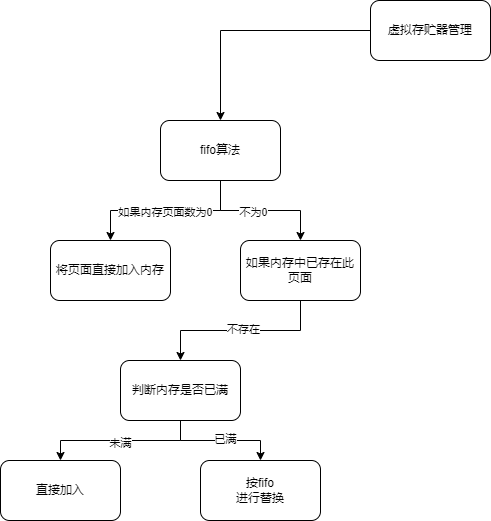
Nessential/draw.io keeps this draw.io diagram as draw.io/虚拟存储器.png. Above is the earlier version. Source tidied: cells renumbered, new cells last; positions are measured from the earlier drawing's top-left corner, leaving out a move shared by most shapes.
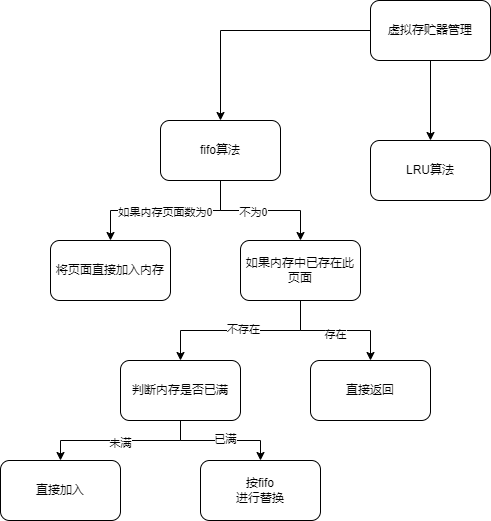
After the commit.

Commit message:
更新虚拟存储器.png

Change to the diagram source:
```diff
@@ -5,6 +5,9 @@
     <mxCell id="2" style="edgeStyle=orthogonalEdgeStyle;rounded=0;jettySize=auto;html=1;" parent="1" edge="1" source="3" target="8">
       <mxGeometry relative="1" as="geometry" />
     </mxCell>
+    <mxCell id="20" style="edgeStyle=orthogonalEdgeStyle;rounded=0;jettySize=auto;html=1;" parent="1" edge="1" source="3" target="23">
+      <mxGeometry relative="1" as="geometry" />
+    </mxCell>
     <mxCell id="3" value="虚拟存贮器管理" style="rounded=1;whiteSpace=wrap;html=1;" parent="1" vertex="1">
       <mxGeometry x="370" width="120" height="60" as="geometry" />
     </mxCell>
@@ -32,6 +35,12 @@
     <mxCell id="11" value="不存在" style="edgeLabel;html=1;align=center;verticalAlign=middle;" parent="10" vertex="1">
       <mxGeometry x="-0.02" y="-2" relative="1" as="geometry" />
     </mxCell>
+    <mxCell id="21" style="edgeStyle=orthogonalEdgeStyle;rounded=0;jettySize=auto;html=1;" parent="1" edge="1" source="12" target="24">
+      <mxGeometry relative="1" as="geometry" />
+    </mxCell>
+    <mxCell id="22" value="存在" style="edgeLabel;html=1;align=center;verticalAlign=middle;" parent="21" vertex="1">
+      <mxGeometry x="-0.01" y="-3" relative="1" as="geometry" />
+    </mxCell>
     <mxCell id="12" value="如果内存中已存在此页面" style="whiteSpace=wrap;html=1;rounded=1;" parent="1" vertex="1">
       <mxGeometry x="240" y="240" width="120" height="60" as="geometry" />
     </mxCell>
@@ -56,5 +65,11 @@
     <mxCell id="19" value="按fifo&lt;br&gt;进行替换" style="whiteSpace=wrap;html=1;rounded=1;" parent="1" vertex="1">
       <mxGeometry x="200" y="460" width="120" height="60" as="geometry" />
     </mxCell>
+    <mxCell id="23" value="LRU算法" style="whiteSpace=wrap;html=1;rounded=1;" parent="1" vertex="1">
+      <mxGeometry x="370" y="140" width="120" height="60" as="geometry" />
+    </mxCell>
+    <mxCell id="24" value="直接返回" style="whiteSpace=wrap;html=1;rounded=1;" parent="1" vertex="1">
+      <mxGeometry x="310" y="360" width="120" height="60" as="geometry" />
+    </mxCell>
   </root>
 </mxGraphModel>
```
